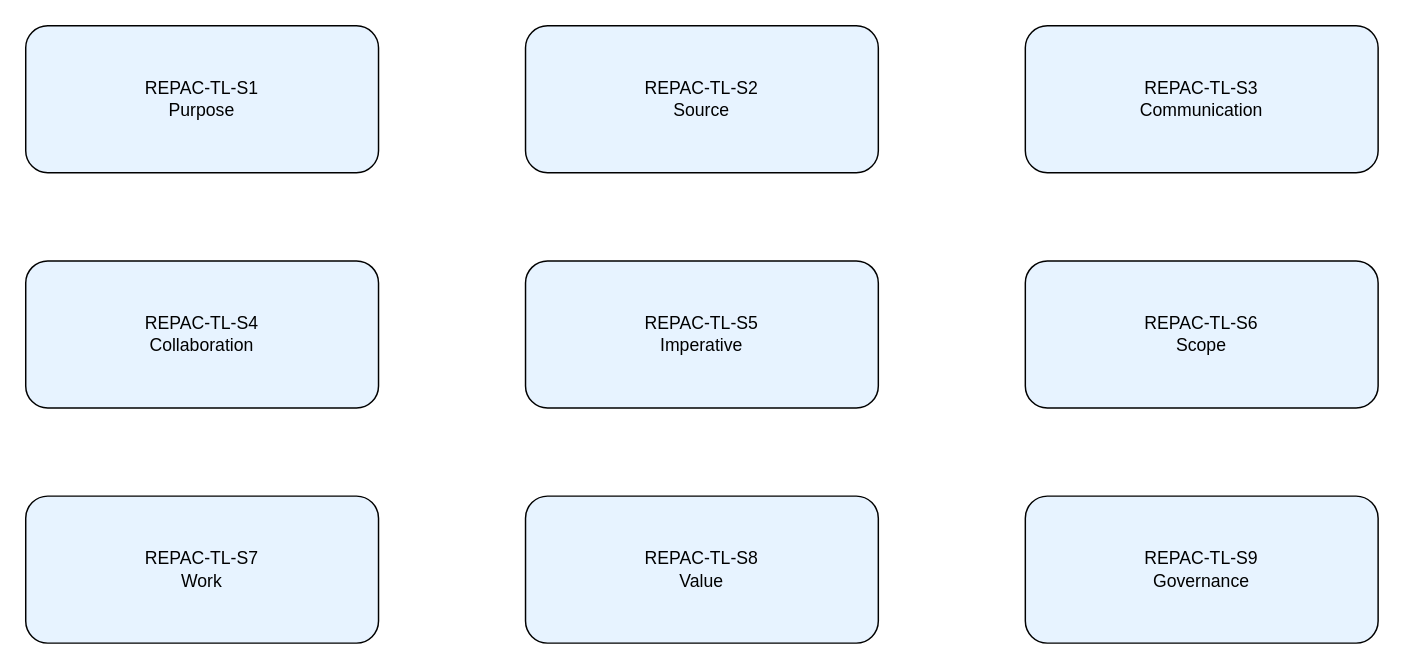
Before: diagrams/REPAC_Top_Layer_v1.0.drawio in perryjmcleod/repac-ontology, a draw.io diagram. Source tidied: cells renumbered, new cells numbered last; positions are measured from the earlier drawing's top-left corner, leaving out a move shared by most shapes. Both pictures are drawn from the tidied source at 147%, with x=0, y=0 at pixel (25, 25).
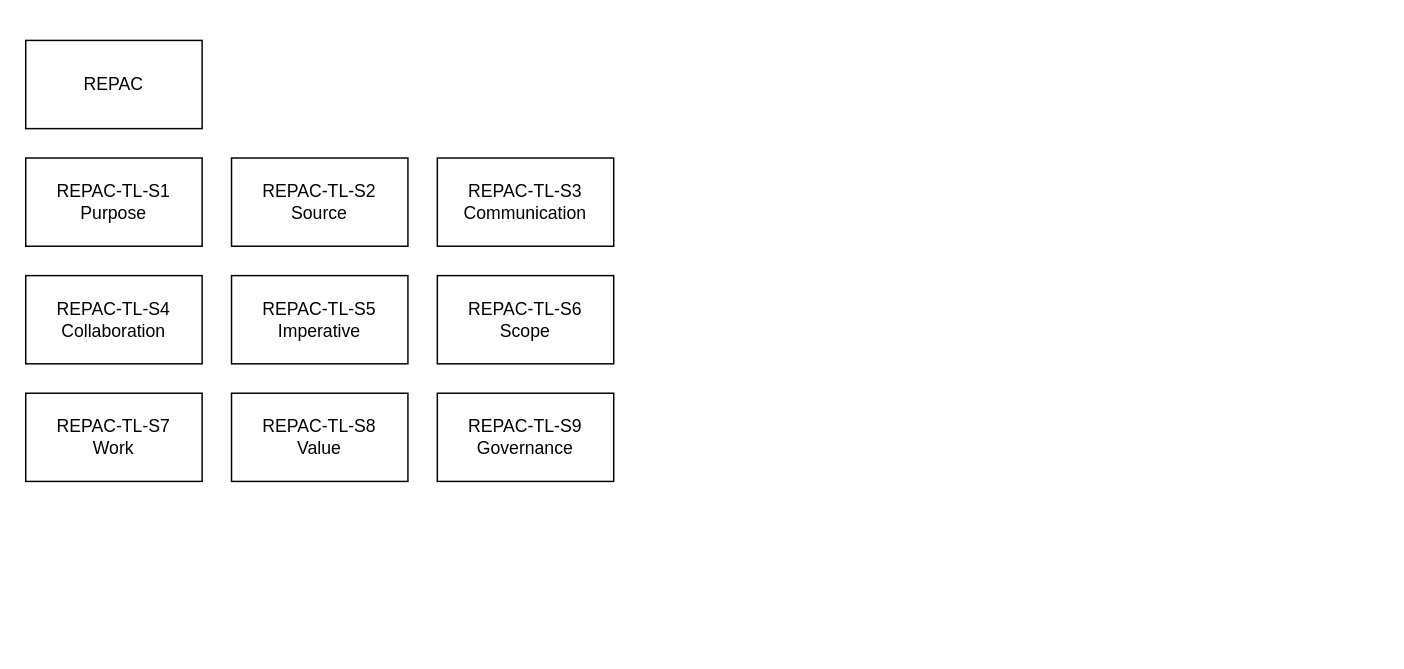
After the change.

Commit message (it also covers changes not shown here):
changes to design language of REPAC_Top_Layer_v1.0

The edit, as a diff of the source:
```diff
@@
 <mxGraphModel>
   <root>
     <mxCell id="0" />
     <mxCell id="1" parent="0" />
-    <mxCell id="2" value="REPAC-TL-S1&#10;Purpose" style="rounded=1;whiteSpace=wrap;fillColor=#E7F3FF;strokeColor=#000000;" parent="1" vertex="1">
-      <mxGeometry width="240" height="100" as="geometry" />
+    <mxCell id="2" value="REPAC-TL-S1&lt;br style=&quot;padding: 0px; margin: 0px;&quot;&gt;Purpose" style="rounded=0;whiteSpace=wrap;html=1;" parent="1" vertex="1">
+      <mxGeometry y="90" width="120" height="60" as="geometry" />
     </mxCell>
+    <mxCell id="5" value="REPAC-TL-S4&lt;br style=&quot;padding: 0px; margin: 0px;&quot;&gt;Collaboration" style="rounded=0;whiteSpace=wrap;html=1;" parent="1" vertex="1">
+      <mxGeometry y="170" width="120" height="60" as="geometry" />
+    </mxCell>
+    <mxCell id="8" value="REPAC-TL-S7&lt;br style=&quot;padding: 0px; margin: 0px;&quot;&gt;Work" style="rounded=0;whiteSpace=wrap;html=1;" parent="1" vertex="1">
+      <mxGeometry y="250" width="120" height="60" as="geometry" />
+    </mxCell>
-    <mxCell id="3" value="REPAC-TL-S2&#10;Source" style="rounded=1;whiteSpace=wrap;fillColor=#E7F3FF;strokeColor=#000000;" parent="1" vertex="1">
-      <mxGeometry x="340" width="240" height="100" as="geometry" />
+    <mxCell id="3" value="REPAC-TL-S2&lt;br style=&quot;padding: 0px; margin: 0px;&quot;&gt;Source" style="rounded=0;whiteSpace=wrap;html=1;" parent="1" vertex="1">
+      <mxGeometry x="140" y="90" width="120" height="60" as="geometry" />
     </mxCell>
+    <mxCell id="6" value="REPAC-TL-S5&lt;br style=&quot;padding: 0px; margin: 0px;&quot;&gt;Imperative" style="rounded=0;whiteSpace=wrap;html=1;" parent="1" vertex="1">
+      <mxGeometry x="140" y="170" width="120" height="60" as="geometry" />
+    </mxCell>
+    <mxCell id="9" value="REPAC-TL-S8&lt;br style=&quot;padding: 0px; margin: 0px;&quot;&gt;Value" style="rounded=0;whiteSpace=wrap;html=1;" parent="1" vertex="1">
+      <mxGeometry x="140" y="250" width="120" height="60" as="geometry" />
+    </mxCell>
-    <mxCell id="4" value="REPAC-TL-S3&#10;Communication" style="rounded=1;whiteSpace=wrap;fillColor=#E7F3FF;strokeColor=#000000;" parent="1" vertex="1">
-      <mxGeometry x="680" width="240" height="100" as="geometry" />
+    <mxCell id="4" value="REPAC-TL-S3&lt;br style=&quot;padding: 0px; margin: 0px;&quot;&gt;Communication" style="rounded=0;whiteSpace=wrap;html=1;" parent="1" vertex="1">
+      <mxGeometry x="280" y="90" width="120" height="60" as="geometry" />
     </mxCell>
-    <mxCell id="5" value="REPAC-TL-S4&#10;Collaboration" style="rounded=1;whiteSpace=wrap;fillColor=#E7F3FF;strokeColor=#000000;" parent="1" vertex="1">
-      <mxGeometry y="160" width="240" height="100" as="geometry" />
-    </mxCell>
-    <mxCell id="6" value="REPAC-TL-S5&#10;Imperative" style="rounded=1;whiteSpace=wrap;fillColor=#E7F3FF;strokeColor=#000000;" parent="1" vertex="1">
-      <mxGeometry x="340" y="160" width="240" height="100" as="geometry" />
-    </mxCell>
-    <mxCell id="7" value="REPAC-TL-S6&#10;Scope" style="rounded=1;whiteSpace=wrap;fillColor=#E7F3FF;strokeColor=#000000;" parent="1" vertex="1">
-      <mxGeometry x="680" y="160" width="240" height="100" as="geometry" />
+    <mxCell id="7" value="REPAC-TL-S6&lt;br style=&quot;padding: 0px; margin: 0px;&quot;&gt;Scope" style="rounded=0;whiteSpace=wrap;html=1;" parent="1" vertex="1">
+      <mxGeometry x="280" y="170" width="120" height="60" as="geometry" />
     </mxCell>
-    <mxCell id="8" value="REPAC-TL-S7&#10;Work" style="rounded=1;whiteSpace=wrap;fillColor=#E7F3FF;strokeColor=#000000;" parent="1" vertex="1">
-      <mxGeometry y="320" width="240" height="100" as="geometry" />
-    </mxCell>
-    <mxCell id="9" value="REPAC-TL-S8&#10;Value" style="rounded=1;whiteSpace=wrap;fillColor=#E7F3FF;strokeColor=#000000;" parent="1" vertex="1">
-      <mxGeometry x="340" y="320" width="240" height="100" as="geometry" />
-    </mxCell>
-    <mxCell id="10" value="REPAC-TL-S9&#10;Governance" style="rounded=1;whiteSpace=wrap;fillColor=#E7F3FF;strokeColor=#000000;" parent="1" vertex="1">
-      <mxGeometry x="680" y="320" width="240" height="100" as="geometry" />
+    <mxCell id="10" value="REPAC-TL-S9&lt;br style=&quot;padding: 0px; margin: 0px;&quot;&gt;Governance" style="rounded=0;whiteSpace=wrap;html=1;" parent="1" vertex="1">
+      <mxGeometry x="280" y="250" width="120" height="60" as="geometry" />
     </mxCell>
+    <mxCell id="11" value="REPAC" style="rounded=0;whiteSpace=wrap;html=1;" parent="1" vertex="1">
+      <mxGeometry y="10" width="120" height="60" as="geometry" />
+    </mxCell>
   </root>
 </mxGraphModel>
```
